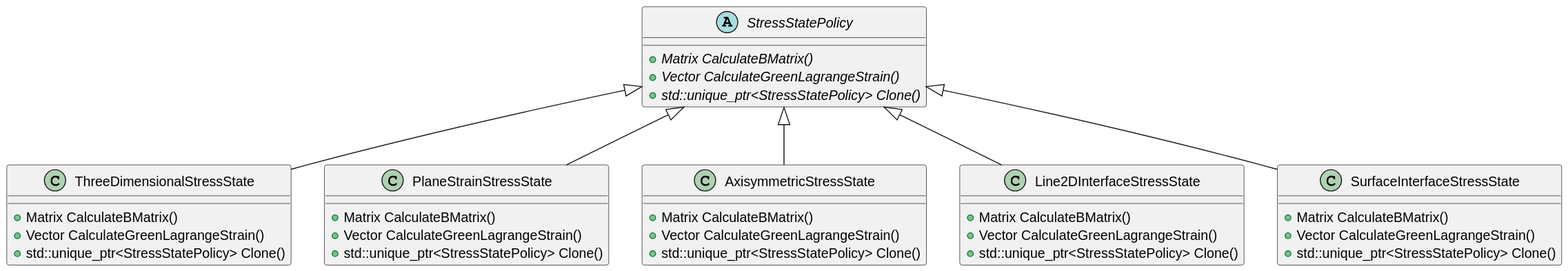
Above: applications/GeoMechanicsApplication/custom_elements/stress_state_policies.svg in KratosMultiphysics/Kratos (PlantUML), before the change.
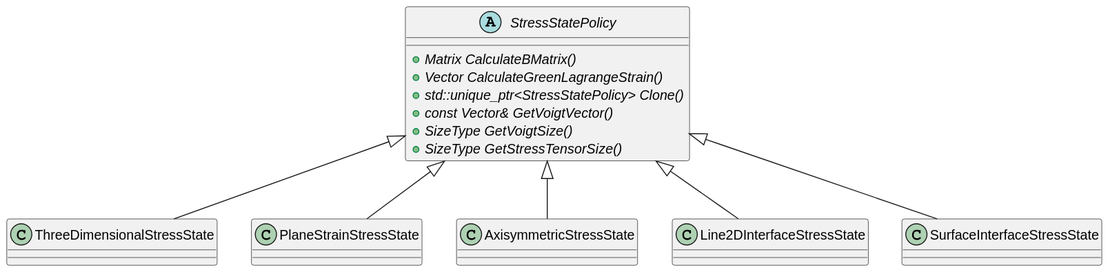
The same file after the commit.

What changed in the source:
```diff
@@ -3,38 +3,17 @@
   +{abstract} Matrix CalculateBMatrix()
   +{abstract} Vector CalculateGreenLagrangeStrain()
   +{abstract} std::unique_ptr<StressStatePolicy> Clone()
-
+  +{abstract} const Vector& GetVoigtVector()
+  +{abstract} SizeType GetVoigtSize()
+  +{abstract} SizeType GetStressTensorSize()
 }
 
-class ThreeDimensionalStressState {
-  +Matrix CalculateBMatrix()
-  +Vector CalculateGreenLagrangeStrain()
-  +std::unique_ptr<StressStatePolicy> Clone()
-}
+class ThreeDimensionalStressState
+class PlaneStrainStressState
+class AxisymmetricStressState
+class Line2DInterfaceStressState
 
-class PlaneStrainStressState {
-  +Matrix CalculateBMatrix()
-  +Vector CalculateGreenLagrangeStrain()
-  +std::unique_ptr<StressStatePolicy> Clone()
-}
-
-class AxisymmetricStressState {
-  +Matrix CalculateBMatrix()
-  +Vector CalculateGreenLagrangeStrain()
-  +std::unique_ptr<StressStatePolicy> Clone()
-}
-
-class Line2DInterfaceStressState {
-  +Matrix CalculateBMatrix()
-  +Vector CalculateGreenLagrangeStrain()
-  +std::unique_ptr<StressStatePolicy> Clone()
-}
-
-class SurfaceInterfaceStressState {
-  +Matrix CalculateBMatrix()
-  +Vector CalculateGreenLagrangeStrain()
-  +std::unique_ptr<StressStatePolicy> Clone()
-}
+class SurfaceInterfaceStressState
 
 StressStatePolicy <|-- ThreeDimensionalStressState
 StressStatePolicy <|-- PlaneStrainStressState
```
